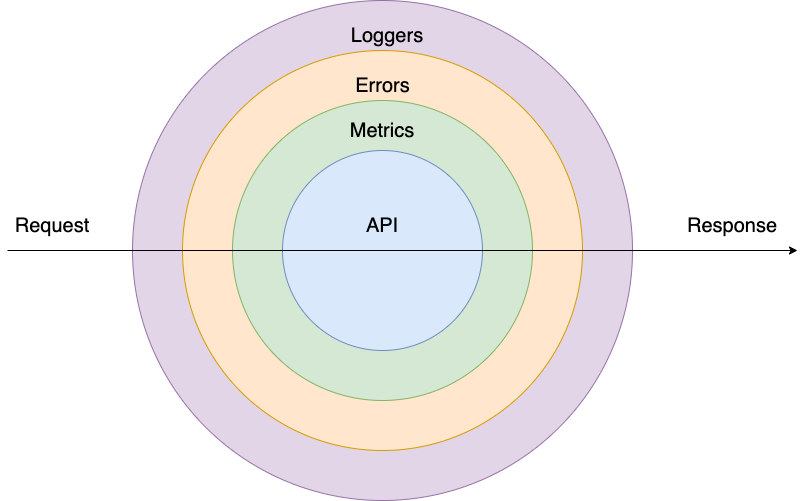
Earlier version of the draw.io export middlewares.png (imperiustx/prime_number). Source tidied: cells renumbered, new cells last; positions are measured from the earlier drawing's top-left corner, leaving out a move shared by most shapes. Source of this version:
```xml
<mxGraphModel>
  <root>
    <mxCell id="0" />
    <mxCell id="1" parent="0" />
    <mxCell id="2" style="ellipse;whiteSpace=wrap;html=1;fillColor=#e1d5e7;strokeColor=#9673a6;" parent="1" vertex="1">
      <mxGeometry x="125" width="500" height="500" as="geometry" />
    </mxCell>
    <mxCell id="3" style="ellipse;whiteSpace=wrap;html=1;fillColor=#ffe6cc;strokeColor=#d79b00;" parent="1" vertex="1">
      <mxGeometry x="175" y="50" width="400" height="400" as="geometry" />
    </mxCell>
    <mxCell id="4" style="ellipse;whiteSpace=wrap;html=1;fillColor=#d5e8d4;strokeColor=#82b366;" parent="1" vertex="1">
      <mxGeometry x="225" y="100" width="300" height="300" as="geometry" />
    </mxCell>
    <mxCell id="5" style="ellipse;whiteSpace=wrap;html=1;fillColor=#dae8fc;strokeColor=#6c8ebf;" parent="1" vertex="1">
      <mxGeometry x="275" y="150" width="200" height="200" as="geometry" />
    </mxCell>
    <mxCell id="6" style="endArrow=classic;html=1;" parent="1" edge="1">
      <mxGeometry relative="1" as="geometry">
        <mxPoint y="250" as="sourcePoint" />
        <mxPoint x="790" y="250" as="targetPoint" />
      </mxGeometry>
    </mxCell>
    <mxCell id="7" value="&lt;font style=&quot;font-size: 20px&quot;&gt;API&lt;/font&gt;" style="text;html=1;strokeColor=none;fillColor=none;align=center;verticalAlign=middle;whiteSpace=wrap;rounded=0;" parent="1" vertex="1">
      <mxGeometry x="320" y="200" width="110" height="50" as="geometry" />
    </mxCell>
    <mxCell id="8" value="&lt;font style=&quot;font-size: 20px&quot;&gt;Request&lt;/font&gt;" style="text;html=1;strokeColor=none;fillColor=none;align=center;verticalAlign=middle;whiteSpace=wrap;rounded=0;" parent="1" vertex="1">
      <mxGeometry y="192.5" width="90" height="65" as="geometry" />
    </mxCell>
    <mxCell id="9" value="&lt;font style=&quot;font-size: 20px&quot;&gt;Response&lt;/font&gt;" style="text;html=1;strokeColor=none;fillColor=none;align=center;verticalAlign=middle;whiteSpace=wrap;rounded=0;" parent="1" vertex="1">
      <mxGeometry x="670" y="195" width="110" height="60" as="geometry" />
    </mxCell>
    <mxCell id="10" value="&lt;font style=&quot;font-size: 20px&quot;&gt;Metrics&lt;/font&gt;" style="text;html=1;strokeColor=none;fillColor=none;align=center;verticalAlign=middle;whiteSpace=wrap;rounded=0;" parent="1" vertex="1">
      <mxGeometry x="355" y="120" width="40" height="20" as="geometry" />
    </mxCell>
    <mxCell id="11" value="&lt;font style=&quot;font-size: 20px&quot;&gt;Errors&lt;/font&gt;" style="text;html=1;strokeColor=none;fillColor=none;align=center;verticalAlign=middle;whiteSpace=wrap;rounded=0;" parent="1" vertex="1">
      <mxGeometry x="333" y="60" width="85" height="50" as="geometry" />
    </mxCell>
    <mxCell id="12" value="&lt;font style=&quot;font-size: 20px&quot;&gt;Loggers&lt;/font&gt;" style="text;html=1;strokeColor=none;fillColor=none;align=center;verticalAlign=middle;whiteSpace=wrap;rounded=0;" parent="1" vertex="1">
      <mxGeometry x="340" y="20" width="80" height="30" as="geometry" />
    </mxCell>
  </root>
</mxGraphModel>
```
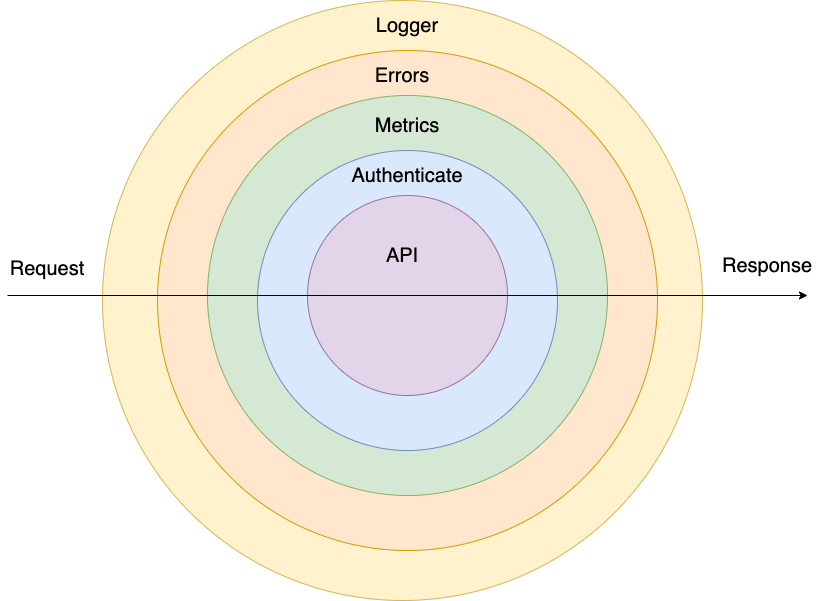
After the change.

What changed in the source:
```diff
@@ -2,41 +2,50 @@
   <root>
     <mxCell id="0" />
     <mxCell id="1" parent="0" />
-    <mxCell id="2" style="ellipse;whiteSpace=wrap;html=1;fillColor=#e1d5e7;strokeColor=#9673a6;" parent="1" vertex="1">
-      <mxGeometry x="125" width="500" height="500" as="geometry" />
-    </mxCell>
-    <mxCell id="3" style="ellipse;whiteSpace=wrap;html=1;fillColor=#ffe6cc;strokeColor=#d79b00;" parent="1" vertex="1">
-      <mxGeometry x="175" y="50" width="400" height="400" as="geometry" />
-    </mxCell>
-    <mxCell id="4" style="ellipse;whiteSpace=wrap;html=1;fillColor=#d5e8d4;strokeColor=#82b366;" parent="1" vertex="1">
-      <mxGeometry x="225" y="100" width="300" height="300" as="geometry" />
-    </mxCell>
-    <mxCell id="5" style="ellipse;whiteSpace=wrap;html=1;fillColor=#dae8fc;strokeColor=#6c8ebf;" parent="1" vertex="1">
-      <mxGeometry x="275" y="150" width="200" height="200" as="geometry" />
-    </mxCell>
-    <mxCell id="6" style="endArrow=classic;html=1;" parent="1" edge="1">
-      <mxGeometry relative="1" as="geometry">
-        <mxPoint y="250" as="sourcePoint" />
-        <mxPoint x="790" y="250" as="targetPoint" />
-      </mxGeometry>
-    </mxCell>
     <mxCell id="7" value="&lt;font style=&quot;font-size: 20px&quot;&gt;API&lt;/font&gt;" style="text;html=1;strokeColor=none;fillColor=none;align=center;verticalAlign=middle;whiteSpace=wrap;rounded=0;" parent="1" vertex="1">
-      <mxGeometry x="320" y="200" width="110" height="50" as="geometry" />
+      <mxGeometry x="315" y="160" width="110" height="50" as="geometry" />
     </mxCell>
     <mxCell id="8" value="&lt;font style=&quot;font-size: 20px&quot;&gt;Request&lt;/font&gt;" style="text;html=1;strokeColor=none;fillColor=none;align=center;verticalAlign=middle;whiteSpace=wrap;rounded=0;" parent="1" vertex="1">
-      <mxGeometry y="192.5" width="90" height="65" as="geometry" />
+      <mxGeometry x="-30" y="160" width="90" height="65" as="geometry" />
     </mxCell>
     <mxCell id="9" value="&lt;font style=&quot;font-size: 20px&quot;&gt;Response&lt;/font&gt;" style="text;html=1;strokeColor=none;fillColor=none;align=center;verticalAlign=middle;whiteSpace=wrap;rounded=0;" parent="1" vertex="1">
-      <mxGeometry x="670" y="195" width="110" height="60" as="geometry" />
+      <mxGeometry x="680" y="160" width="110" height="60" as="geometry" />
     </mxCell>
+    <mxCell id="13" style="ellipse;whiteSpace=wrap;html=1;fillColor=#fff2cc;strokeColor=#d6b656;" parent="1" vertex="1">
+      <mxGeometry x="70" y="-75" width="600" height="600" as="geometry" />
+    </mxCell>
+    <mxCell id="14" style="ellipse;whiteSpace=wrap;html=1;fillColor=#ffe6cc;strokeColor=#d79b00;" parent="1" vertex="1">
+      <mxGeometry x="125" y="-25" width="500" height="500" as="geometry" />
+    </mxCell>
+    <mxCell id="15" style="ellipse;whiteSpace=wrap;html=1;fillColor=#d5e8d4;strokeColor=#82b366;" parent="1" vertex="1">
+      <mxGeometry x="175" y="20" width="400" height="400" as="geometry" />
+    </mxCell>
+    <mxCell id="16" style="ellipse;whiteSpace=wrap;html=1;fillColor=#dae8fc;strokeColor=#6c8ebf;" parent="1" vertex="1">
+      <mxGeometry x="225" y="75" width="300" height="300" as="geometry" />
+    </mxCell>
+    <mxCell id="17" style="ellipse;whiteSpace=wrap;html=1;fillColor=#e1d5e7;strokeColor=#9673a6;" parent="1" vertex="1">
+      <mxGeometry x="275" y="120" width="200" height="200" as="geometry" />
+    </mxCell>
+    <mxCell id="18" style="endArrow=classic;html=1;" parent="1" edge="1">
+      <mxGeometry relative="1" as="geometry">
+        <mxPoint x="-25" y="220" as="sourcePoint" />
+        <mxPoint x="775" y="220" as="targetPoint" />
+      </mxGeometry>
+    </mxCell>
+    <mxCell id="19" value="&lt;font style=&quot;font-size: 20px&quot;&gt;API&lt;/font&gt;" style="text;html=1;strokeColor=none;fillColor=none;align=center;verticalAlign=middle;whiteSpace=wrap;rounded=0;" parent="1" vertex="1">
+      <mxGeometry x="350" y="170" width="40" height="20" as="geometry" />
+    </mxCell>
     <mxCell id="10" value="&lt;font style=&quot;font-size: 20px&quot;&gt;Metrics&lt;/font&gt;" style="text;html=1;strokeColor=none;fillColor=none;align=center;verticalAlign=middle;whiteSpace=wrap;rounded=0;" parent="1" vertex="1">
-      <mxGeometry x="355" y="120" width="40" height="20" as="geometry" />
+      <mxGeometry x="355" y="40" width="40" height="20" as="geometry" />
     </mxCell>
+    <mxCell id="20" value="&lt;font style=&quot;font-size: 20px&quot;&gt;Authenticate&lt;/font&gt;" style="text;html=1;strokeColor=none;fillColor=none;align=center;verticalAlign=middle;whiteSpace=wrap;rounded=0;" parent="1" vertex="1">
+      <mxGeometry x="355" y="90" width="40" height="20" as="geometry" />
+    </mxCell>
     <mxCell id="11" value="&lt;font style=&quot;font-size: 20px&quot;&gt;Errors&lt;/font&gt;" style="text;html=1;strokeColor=none;fillColor=none;align=center;verticalAlign=middle;whiteSpace=wrap;rounded=0;" parent="1" vertex="1">
-      <mxGeometry x="333" y="60" width="85" height="50" as="geometry" />
+      <mxGeometry x="350" y="-10" width="40" height="20" as="geometry" />
     </mxCell>
-    <mxCell id="12" value="&lt;font style=&quot;font-size: 20px&quot;&gt;Loggers&lt;/font&gt;" style="text;html=1;strokeColor=none;fillColor=none;align=center;verticalAlign=middle;whiteSpace=wrap;rounded=0;" parent="1" vertex="1">
-      <mxGeometry x="340" y="20" width="80" height="30" as="geometry" />
-    </mxCell>
+    <mxCell id="21" value="&lt;font style=&quot;font-size: 20px&quot;&gt;Logger&lt;/font&gt;" style="text;html=1;strokeColor=none;fillColor=none;align=center;verticalAlign=middle;whiteSpace=wrap;rounded=0;" parent="1" vertex="1">
+      <mxGeometry x="355" y="-60" width="40" height="20" as="geometry" />
+    </mxCell>
   </root>
 </mxGraphModel>
```
